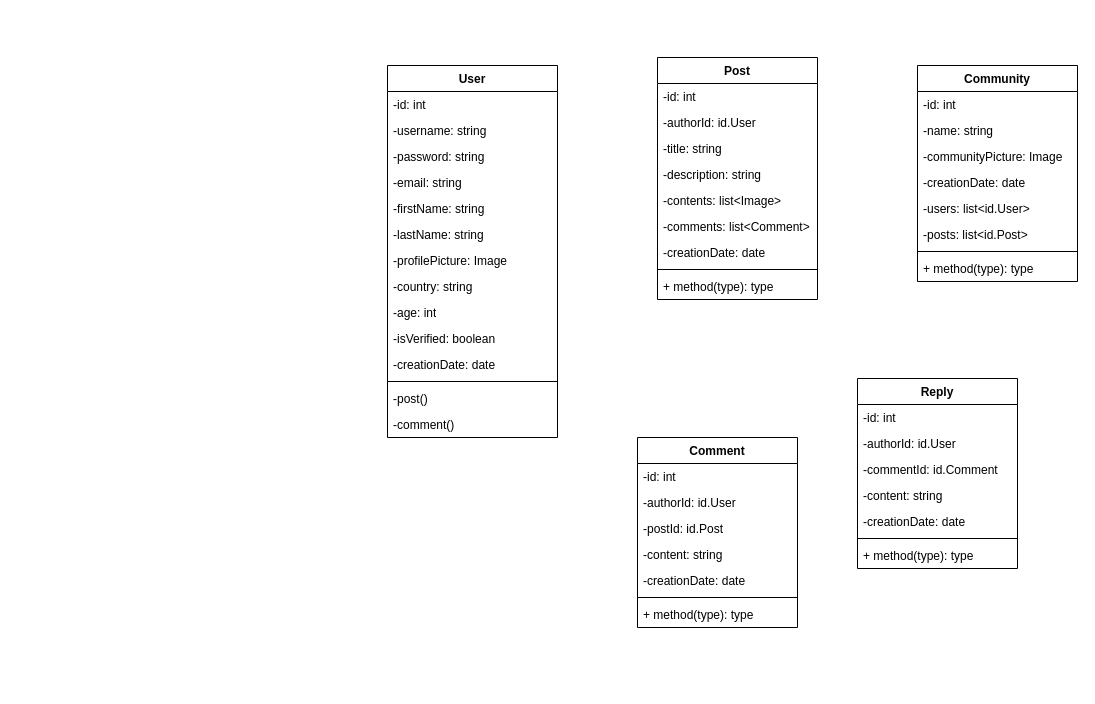
The draw.io diagram schemas/class diagram for veriNet.drawio in stevenstonie/iungoreal, before the edit. Source tidied: cells renumbered, new cells numbered last; positions are measured from the earlier drawing's top-left corner, leaving out a move shared by most shapes. Both pictures are drawn from the tidied source at 100%, with x=0, y=0 at pixel (387, 57).
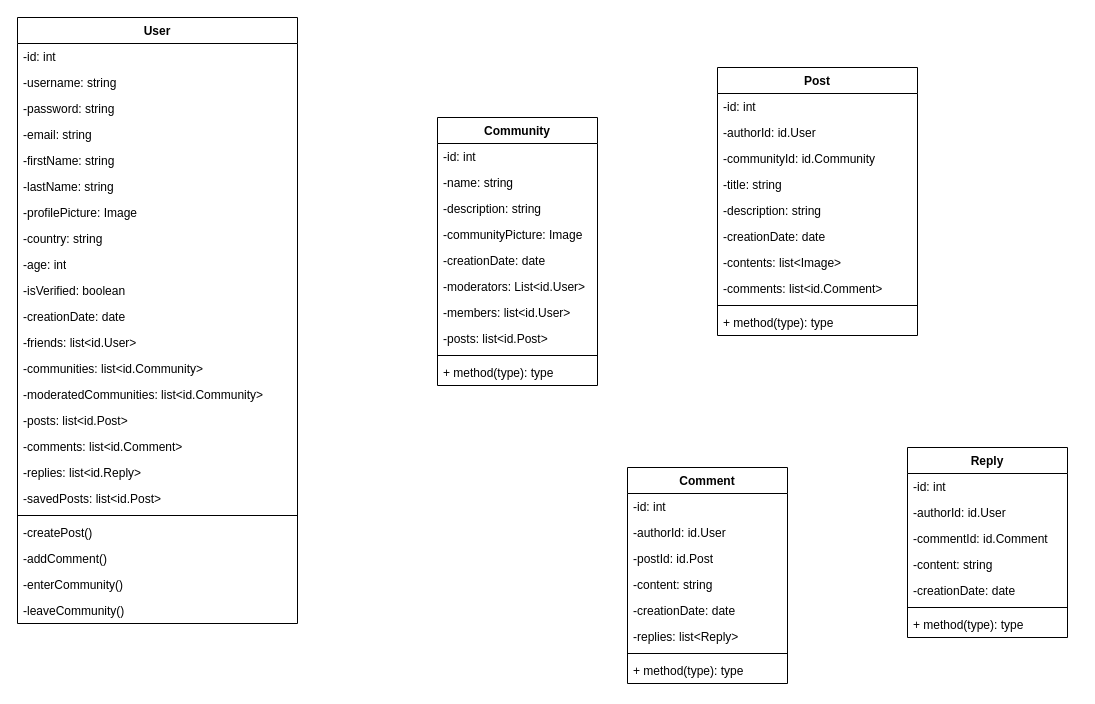
After the change.

Commit message:
updated the class diagram with some new info for each class

Diff of the diagram source:
```diff
@@
     <mxCell id="2" value="User" style="swimlane;fontStyle=1;align=center;verticalAlign=top;horizontal=1;startSize=26;whiteSpace=wrap;html=1;" parent="1" vertex="1">
-      <mxGeometry y="8" width="170" height="372" as="geometry" />
+      <mxGeometry x="-370" y="-40" width="280" height="606" as="geometry" />
     </mxCell>
     <mxCell id="3" value="-id: int" style="text;strokeColor=none;fillColor=none;align=left;verticalAlign=top;spacingLeft=4;spacingRight=4;overflow=hidden;whiteSpace=wrap;html=1;" parent="2" vertex="1">
-      <mxGeometry y="26" width="170" height="26" as="geometry" />
+      <mxGeometry y="26" width="280" height="26" as="geometry" />
     </mxCell>
     <mxCell id="4" value="-username: string&lt;br&gt;" style="text;strokeColor=none;fillColor=none;align=left;verticalAlign=top;spacingLeft=4;spacingRight=4;overflow=hidden;whiteSpace=wrap;html=1;" parent="2" vertex="1">
-      <mxGeometry y="52" width="170" height="26" as="geometry" />
+      <mxGeometry y="52" width="280" height="26" as="geometry" />
     </mxCell>
     <mxCell id="5" value="-password: string" style="text;strokeColor=none;fillColor=none;align=left;verticalAlign=top;spacingLeft=4;spacingRight=4;overflow=hidden;whiteSpace=wrap;html=1;" parent="2" vertex="1">
-      <mxGeometry y="78" width="170" height="26" as="geometry" />
+      <mxGeometry y="78" width="280" height="26" as="geometry" />
     </mxCell>
     <mxCell id="6" value="-email: string" style="text;strokeColor=none;fillColor=none;align=left;verticalAlign=top;spacingLeft=4;spacingRight=4;overflow=hidden;whiteSpace=wrap;html=1;" parent="2" vertex="1">
-      <mxGeometry y="104" width="170" height="26" as="geometry" />
+      <mxGeometry y="104" width="280" height="26" as="geometry" />
     </mxCell>
     <mxCell id="7" value="-firstName: string" style="text;strokeColor=none;fillColor=none;align=left;verticalAlign=top;spacingLeft=4;spacingRight=4;overflow=hidden;whiteSpace=wrap;html=1;" parent="2" vertex="1">
-      <mxGeometry y="130" width="170" height="26" as="geometry" />
+      <mxGeometry y="130" width="280" height="26" as="geometry" />
     </mxCell>
     <mxCell id="8" value="-lastName: string" style="text;strokeColor=none;fillColor=none;align=left;verticalAlign=top;spacingLeft=4;spacingRight=4;overflow=hidden;whiteSpace=wrap;html=1;" parent="2" vertex="1">
-      <mxGeometry y="156" width="170" height="26" as="geometry" />
+      <mxGeometry y="156" width="280" height="26" as="geometry" />
     </mxCell>
     <mxCell id="9" value="-profilePicture: Image" style="text;strokeColor=none;fillColor=none;align=left;verticalAlign=top;spacingLeft=4;spacingRight=4;overflow=hidden;whiteSpace=wrap;html=1;" parent="2" vertex="1">
-      <mxGeometry y="182" width="170" height="26" as="geometry" />
+      <mxGeometry y="182" width="280" height="26" as="geometry" />
     </mxCell>
     <mxCell id="10" value="-country: string" style="text;strokeColor=none;fillColor=none;align=left;verticalAlign=top;spacingLeft=4;spacingRight=4;overflow=hidden;whiteSpace=wrap;html=1;" parent="2" vertex="1">
-      <mxGeometry y="208" width="170" height="26" as="geometry" />
+      <mxGeometry y="208" width="280" height="26" as="geometry" />
     </mxCell>
     <mxCell id="11" value="-age: int" style="text;strokeColor=none;fillColor=none;align=left;verticalAlign=top;spacingLeft=4;spacingRight=4;overflow=hidden;whiteSpace=wrap;html=1;" parent="2" vertex="1">
-      <mxGeometry y="234" width="170" height="26" as="geometry" />
+      <mxGeometry y="234" width="280" height="26" as="geometry" />
     </mxCell>
     <mxCell id="12" value="-isVerified: boolean" style="text;strokeColor=none;fillColor=none;align=left;verticalAlign=top;spacingLeft=4;spacingRight=4;overflow=hidden;whiteSpace=wrap;html=1;" parent="2" vertex="1">
-      <mxGeometry y="260" width="170" height="26" as="geometry" />
+      <mxGeometry y="260" width="280" height="26" as="geometry" />
     </mxCell>
     <mxCell id="13" value="-creationDate: date" style="text;strokeColor=none;fillColor=none;align=left;verticalAlign=top;spacingLeft=4;spacingRight=4;overflow=hidden;whiteSpace=wrap;html=1;" parent="2" vertex="1">
-      <mxGeometry y="286" width="170" height="26" as="geometry" />
+      <mxGeometry y="286" width="280" height="26" as="geometry" />
     </mxCell>
+    <mxCell id="52" value="-friends: list&amp;lt;id.User&amp;gt;" style="text;strokeColor=none;fillColor=none;align=left;verticalAlign=top;spacingLeft=4;spacingRight=4;overflow=hidden;whiteSpace=wrap;html=1;" parent="2" vertex="1">
+      <mxGeometry y="312" width="280" height="26" as="geometry" />
+    </mxCell>
+    <mxCell id="53" value="-communities: list&amp;lt;id.Community&amp;gt;" style="text;strokeColor=none;fillColor=none;align=left;verticalAlign=top;spacingLeft=4;spacingRight=4;overflow=hidden;whiteSpace=wrap;html=1;" parent="2" vertex="1">
+      <mxGeometry y="338" width="280" height="26" as="geometry" />
+    </mxCell>
+    <mxCell id="54" value="-moderatedCommunities: list&amp;lt;id.Community&amp;gt;" style="text;strokeColor=none;fillColor=none;align=left;verticalAlign=top;spacingLeft=4;spacingRight=4;overflow=hidden;whiteSpace=wrap;html=1;" parent="2" vertex="1">
+      <mxGeometry y="364" width="280" height="26" as="geometry" />
+    </mxCell>
+    <mxCell id="55" value="-posts: list&amp;lt;id.Post&amp;gt;" style="text;strokeColor=none;fillColor=none;align=left;verticalAlign=top;spacingLeft=4;spacingRight=4;overflow=hidden;whiteSpace=wrap;html=1;" parent="2" vertex="1">
+      <mxGeometry y="390" width="280" height="26" as="geometry" />
+    </mxCell>
+    <mxCell id="56" value="-comments: list&amp;lt;id.Comment&amp;gt;" style="text;strokeColor=none;fillColor=none;align=left;verticalAlign=top;spacingLeft=4;spacingRight=4;overflow=hidden;whiteSpace=wrap;html=1;" parent="2" vertex="1">
+      <mxGeometry y="416" width="280" height="26" as="geometry" />
+    </mxCell>
+    <mxCell id="57" value="-replies: list&amp;lt;id.Reply&amp;gt;" style="text;strokeColor=none;fillColor=none;align=left;verticalAlign=top;spacingLeft=4;spacingRight=4;overflow=hidden;whiteSpace=wrap;html=1;" parent="2" vertex="1">
+      <mxGeometry y="442" width="280" height="26" as="geometry" />
+    </mxCell>
+    <mxCell id="58" value="-savedPosts: list&amp;lt;id.Post&amp;gt;" style="text;strokeColor=none;fillColor=none;align=left;verticalAlign=top;spacingLeft=4;spacingRight=4;overflow=hidden;whiteSpace=wrap;html=1;" parent="2" vertex="1">
+      <mxGeometry y="468" width="280" height="26" as="geometry" />
+    </mxCell>
     <mxCell id="14" style="line;strokeWidth=1;fillColor=none;align=left;verticalAlign=middle;spacingTop=-1;spacingLeft=3;spacingRight=3;labelPosition=right;strokeColor=inherit;" parent="2" vertex="1">
-      <mxGeometry y="312" width="170" height="8" as="geometry" />
+      <mxGeometry y="494" width="280" height="8" as="geometry" />
     </mxCell>
-    <mxCell id="15" value="-post()" style="text;strokeColor=none;fillColor=none;align=left;verticalAlign=top;spacingLeft=4;spacingRight=4;overflow=hidden;whiteSpace=wrap;html=1;" parent="2" vertex="1">
-      <mxGeometry y="320" width="170" height="26" as="geometry" />
+    <mxCell id="15" value="-createPost()" style="text;strokeColor=none;fillColor=none;align=left;verticalAlign=top;spacingLeft=4;spacingRight=4;overflow=hidden;whiteSpace=wrap;html=1;" parent="2" vertex="1">
+      <mxGeometry y="502" width="280" height="26" as="geometry" />
     </mxCell>
-    <mxCell id="16" value="-comment()" style="text;strokeColor=none;fillColor=none;align=left;verticalAlign=top;spacingLeft=4;spacingRight=4;overflow=hidden;whiteSpace=wrap;html=1;" parent="2" vertex="1">
-      <mxGeometry y="346" width="170" height="26" as="geometry" />
+    <mxCell id="16" value="-addComment()" style="text;strokeColor=none;fillColor=none;align=left;verticalAlign=top;spacingLeft=4;spacingRight=4;overflow=hidden;whiteSpace=wrap;html=1;" parent="2" vertex="1">
+      <mxGeometry y="528" width="280" height="26" as="geometry" />
     </mxCell>
+    <mxCell id="59" value="-enterCommunity()" style="text;strokeColor=none;fillColor=none;align=left;verticalAlign=top;spacingLeft=4;spacingRight=4;overflow=hidden;whiteSpace=wrap;html=1;" parent="2" vertex="1">
+      <mxGeometry y="554" width="280" height="26" as="geometry" />
+    </mxCell>
+    <mxCell id="60" value="-leaveCommunity()" style="text;strokeColor=none;fillColor=none;align=left;verticalAlign=top;spacingLeft=4;spacingRight=4;overflow=hidden;whiteSpace=wrap;html=1;" parent="2" vertex="1">
+      <mxGeometry y="580" width="280" height="26" as="geometry" />
+    </mxCell>
     <mxCell id="17" value="Community" style="swimlane;fontStyle=1;align=center;verticalAlign=top;horizontal=1;startSize=26;whiteSpace=wrap;html=1;" parent="1" vertex="1">
-      <mxGeometry x="530" y="8" width="160" height="216" as="geometry" />
+      <mxGeometry x="50" y="60" width="160" height="268" as="geometry" />
     </mxCell>
@@
+    <mxCell id="61" value="-description: string" style="text;strokeColor=none;fillColor=none;align=left;verticalAlign=top;spacingLeft=4;spacingRight=4;overflow=hidden;whiteSpace=wrap;html=1;" parent="17" vertex="1">
+      <mxGeometry y="78" width="160" height="26" as="geometry" />
+    </mxCell>
     <mxCell id="20" value="-communityPicture: Image" style="text;strokeColor=none;fillColor=none;align=left;verticalAlign=top;spacingLeft=4;spacingRight=4;overflow=hidden;whiteSpace=wrap;html=1;" parent="17" vertex="1">
-      <mxGeometry y="78" width="160" height="26" as="geometry" />
+      <mxGeometry y="104" width="160" height="26" as="geometry" />
     </mxCell>
     <mxCell id="21" value="-creationDate: date" style="text;strokeColor=none;fillColor=none;align=left;verticalAlign=top;spacingLeft=4;spacingRight=4;overflow=hidden;whiteSpace=wrap;html=1;" parent="17" vertex="1">
-      <mxGeometry y="104" width="160" height="26" as="geometry" />
+      <mxGeometry y="130" width="160" height="26" as="geometry" />
     </mxCell>
+    <mxCell id="62" value="-moderators: List&amp;lt;id.User&amp;gt;" style="text;strokeColor=none;fillColor=none;align=left;verticalAlign=top;spacingLeft=4;spacingRight=4;overflow=hidden;whiteSpace=wrap;html=1;" parent="17" vertex="1">
+      <mxGeometry y="156" width="160" height="26" as="geometry" />
+    </mxCell>
-    <mxCell id="22" value="-users: list&amp;lt;id.User&amp;gt;" style="text;strokeColor=none;fillColor=none;align=left;verticalAlign=top;spacingLeft=4;spacingRight=4;overflow=hidden;whiteSpace=wrap;html=1;" parent="17" vertex="1">
-      <mxGeometry y="130" width="160" height="26" as="geometry" />
+    <mxCell id="22" value="-members: list&amp;lt;id.User&amp;gt;" style="text;strokeColor=none;fillColor=none;align=left;verticalAlign=top;spacingLeft=4;spacingRight=4;overflow=hidden;whiteSpace=wrap;html=1;" parent="17" vertex="1">
+      <mxGeometry y="182" width="160" height="26" as="geometry" />
     </mxCell>
     <mxCell id="23" value="-posts: list&amp;lt;id.Post&amp;gt;" style="text;strokeColor=none;fillColor=none;align=left;verticalAlign=top;spacingLeft=4;spacingRight=4;overflow=hidden;whiteSpace=wrap;html=1;" parent="17" vertex="1">
-      <mxGeometry y="156" width="160" height="26" as="geometry" />
+      <mxGeometry y="208" width="160" height="26" as="geometry" />
     </mxCell>
     <mxCell id="24" style="line;strokeWidth=1;fillColor=none;align=left;verticalAlign=middle;spacingTop=-1;spacingLeft=3;spacingRight=3;labelPosition=right;strokeColor=inherit;" parent="17" vertex="1">
-      <mxGeometry y="182" width="160" height="8" as="geometry" />
+      <mxGeometry y="234" width="160" height="8" as="geometry" />
     </mxCell>
     <mxCell id="25" value="+ method(type): type" style="text;strokeColor=none;fillColor=none;align=left;verticalAlign=top;spacingLeft=4;spacingRight=4;overflow=hidden;whiteSpace=wrap;html=1;" parent="17" vertex="1">
-      <mxGeometry y="190" width="160" height="26" as="geometry" />
+      <mxGeometry y="242" width="160" height="26" as="geometry" />
     </mxCell>
     <mxCell id="26" value="Post" style="swimlane;fontStyle=1;align=center;verticalAlign=top;horizontal=1;startSize=26;whiteSpace=wrap;html=1;" parent="1" vertex="1">
-      <mxGeometry x="270" width="160" height="242" as="geometry" />
+      <mxGeometry x="330" y="10" width="200" height="268" as="geometry" />
     </mxCell>
     <mxCell id="27" value="-id: int" style="text;strokeColor=none;fillColor=none;align=left;verticalAlign=top;spacingLeft=4;spacingRight=4;overflow=hidden;whiteSpace=wrap;html=1;" parent="26" vertex="1">
-      <mxGeometry y="26" width="160" height="26" as="geometry" />
+      <mxGeometry y="26" width="200" height="26" as="geometry" />
     </mxCell>
     <mxCell id="28" value="-authorId: id.User" style="text;strokeColor=none;fillColor=none;align=left;verticalAlign=top;spacingLeft=4;spacingRight=4;overflow=hidden;whiteSpace=wrap;html=1;" parent="26" vertex="1">
-      <mxGeometry y="52" width="160" height="26" as="geometry" />
+      <mxGeometry y="52" width="200" height="26" as="geometry" />
     </mxCell>
+    <mxCell id="63" value="-communityId: id.Community" style="text;strokeColor=none;fillColor=none;align=left;verticalAlign=top;spacingLeft=4;spacingRight=4;overflow=hidden;whiteSpace=wrap;html=1;" parent="26" vertex="1">
+      <mxGeometry y="78" width="200" height="26" as="geometry" />
+    </mxCell>
     <mxCell id="29" value="-title: string" style="text;strokeColor=none;fillColor=none;align=left;verticalAlign=top;spacingLeft=4;spacingRight=4;overflow=hidden;whiteSpace=wrap;html=1;" parent="26" vertex="1">
-      <mxGeometry y="78" width="160" height="26" as="geometry" />
+      <mxGeometry y="104" width="200" height="26" as="geometry" />
     </mxCell>
     <mxCell id="30" value="-description: string" style="text;strokeColor=none;fillColor=none;align=left;verticalAlign=top;spacingLeft=4;spacingRight=4;overflow=hidden;whiteSpace=wrap;html=1;" parent="26" vertex="1">
-      <mxGeometry y="104" width="160" height="26" as="geometry" />
+      <mxGeometry y="130" width="200" height="26" as="geometry" />
     </mxCell>
+    <mxCell id="33" value="-creationDate: date" style="text;strokeColor=none;fillColor=none;align=left;verticalAlign=top;spacingLeft=4;spacingRight=4;overflow=hidden;whiteSpace=wrap;html=1;" parent="26" vertex="1">
+      <mxGeometry y="156" width="200" height="26" as="geometry" />
+    </mxCell>
     <mxCell id="31" value="-contents: list&amp;lt;Image&amp;gt;" style="text;strokeColor=none;fillColor=none;align=left;verticalAlign=top;spacingLeft=4;spacingRight=4;overflow=hidden;whiteSpace=wrap;html=1;" parent="26" vertex="1">
-      <mxGeometry y="130" width="160" height="26" as="geometry" />
+      <mxGeometry y="182" width="200" height="26" as="geometry" />
     </mxCell>
-    <mxCell id="32" value="-comments: list&amp;lt;Comment&amp;gt;" style="text;strokeColor=none;fillColor=none;align=left;verticalAlign=top;spacingLeft=4;spacingRight=4;overflow=hidden;whiteSpace=wrap;html=1;" parent="26" vertex="1">
-      <mxGeometry y="156" width="160" height="26" as="geometry" />
+    <mxCell id="32" value="-comments: list&amp;lt;id.Comment&amp;gt;" style="text;strokeColor=none;fillColor=none;align=left;verticalAlign=top;spacingLeft=4;spacingRight=4;overflow=hidden;whiteSpace=wrap;html=1;" parent="26" vertex="1">
+      <mxGeometry y="208" width="200" height="26" as="geometry" />
     </mxCell>
-    <mxCell id="33" value="-creationDate: date" style="text;strokeColor=none;fillColor=none;align=left;verticalAlign=top;spacingLeft=4;spacingRight=4;overflow=hidden;whiteSpace=wrap;html=1;" parent="26" vertex="1">
-      <mxGeometry y="182" width="160" height="26" as="geometry" />
-    </mxCell>
     <mxCell id="34" style="line;strokeWidth=1;fillColor=none;align=left;verticalAlign=middle;spacingTop=-1;spacingLeft=3;spacingRight=3;labelPosition=right;strokeColor=inherit;" parent="26" vertex="1">
-      <mxGeometry y="208" width="160" height="8" as="geometry" />
+      <mxGeometry y="234" width="200" height="8" as="geometry" />
     </mxCell>
     <mxCell id="35" value="+ method(type): type" style="text;strokeColor=none;fillColor=none;align=left;verticalAlign=top;spacingLeft=4;spacingRight=4;overflow=hidden;whiteSpace=wrap;html=1;" parent="26" vertex="1">
-      <mxGeometry y="216" width="160" height="26" as="geometry" />
+      <mxGeometry y="242" width="200" height="26" as="geometry" />
     </mxCell>
     <mxCell id="36" value="Comment" style="swimlane;fontStyle=1;align=center;verticalAlign=top;horizontal=1;startSize=26;whiteSpace=wrap;html=1;" parent="1" vertex="1">
-      <mxGeometry x="250" y="380" width="160" height="190" as="geometry" />
+      <mxGeometry x="240" y="410" width="160" height="216" as="geometry" />
     </mxCell>
@@
+    <mxCell id="64" value="-replies: list&amp;lt;Reply&amp;gt;" style="text;strokeColor=none;fillColor=none;align=left;verticalAlign=top;spacingLeft=4;spacingRight=4;overflow=hidden;whiteSpace=wrap;html=1;" parent="36" vertex="1">
+      <mxGeometry y="156" width="160" height="26" as="geometry" />
+    </mxCell>
     <mxCell id="42" style="line;strokeWidth=1;fillColor=none;align=left;verticalAlign=middle;spacingTop=-1;spacingLeft=3;spacingRight=3;labelPosition=right;strokeColor=inherit;" parent="36" vertex="1">
-      <mxGeometry y="156" width="160" height="8" as="geometry" />
+      <mxGeometry y="182" width="160" height="8" as="geometry" />
     </mxCell>
     <mxCell id="43" value="+ method(type): type" style="text;strokeColor=none;fillColor=none;align=left;verticalAlign=top;spacingLeft=4;spacingRight=4;overflow=hidden;whiteSpace=wrap;html=1;" parent="36" vertex="1">
-      <mxGeometry y="164" width="160" height="26" as="geometry" />
+      <mxGeometry y="190" width="160" height="26" as="geometry" />
     </mxCell>
     <mxCell id="44" value="Reply" style="swimlane;fontStyle=1;align=center;verticalAlign=top;horizontal=1;startSize=26;whiteSpace=wrap;html=1;" parent="1" vertex="1">
-      <mxGeometry x="470" y="321" width="160" height="190" as="geometry" />
+      <mxGeometry x="520" y="390" width="160" height="190" as="geometry" />
     </mxCell>
```
